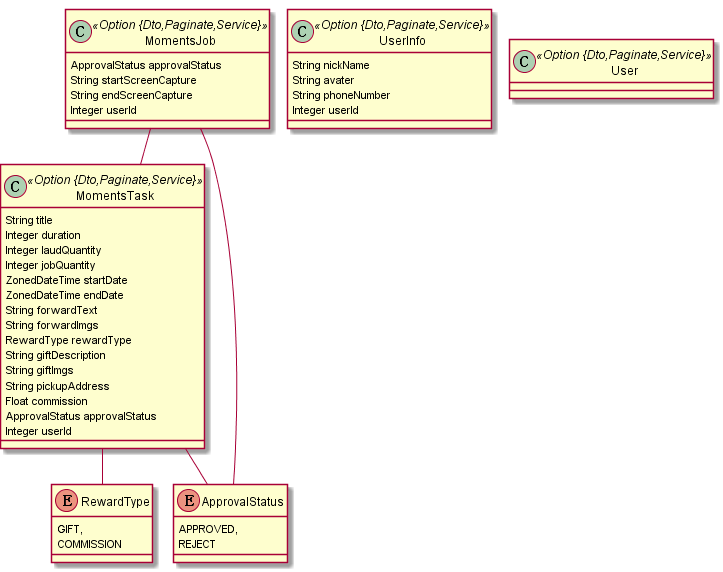
Above: models/v2.png in lsfoo/share-task (PlantUML), before the change. Source of this version:
```plantuml
@startuml
	!pragma graphviz_dot jdot
	!pragma syntax class
	class MomentsTask <<Option {Dto,Paginate,Service}>> {
		String title
		Integer duration
		Integer laudQuantity
		Integer jobQuantity
		ZonedDateTime startDate
		ZonedDateTime endDate
		String forwardText
		String forwardImgs
		RewardType rewardType
		String giftDescription
		String giftImgs
		String pickupAddress
		Float commission
		ApprovalStatus approvalStatus
		Integer userId
	}
	MomentsTask ..> RewardType
	MomentsTask ..> ApprovalStatus
	enum RewardType {
		GIFT,
		COMMISSION
	}
	enum ApprovalStatus {
		APPROVED,
		REJECT
	}
	class MomentsJob <<Option {Dto,Paginate,Service}>> {
		ApprovalStatus approvalStatus
		String startScreenCapture
		String endScreenCapture
		Integer userId
	}
	MomentsJob ..> ApprovalStatus
	class UserInfo <<Option {Dto,Paginate,Service}>> {
		String nickName
		String avater
		String phoneNumber
		Integer userId
	}
	MomentsJob  "task(title) 0..* " o-- "0..1 "  MomentsTask
	class User <<Option {Dto,Paginate,Service}>> {
	}
@enduml
```
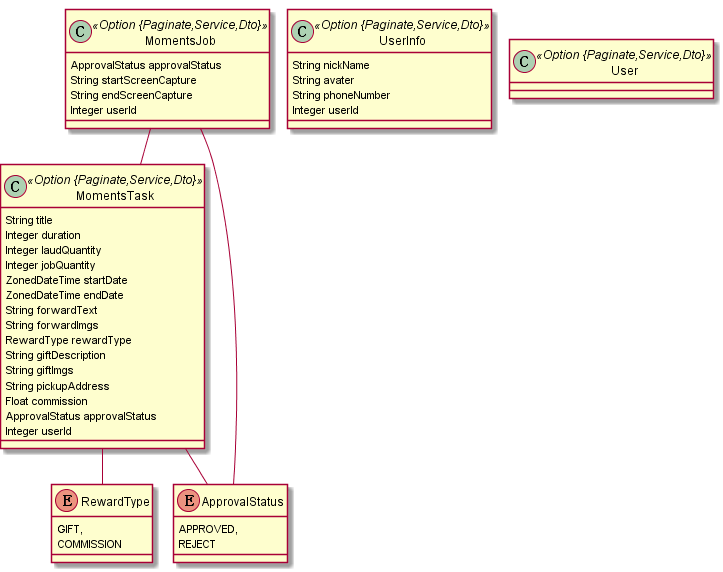
Later version of the same file.

The edit, as a diff of the source:
```diff
@@ -1,7 +1,7 @@
 @startuml
 	!pragma graphviz_dot jdot
 	!pragma syntax class
-	class MomentsTask <<Option {Dto,Paginate,Service}>> {
+	class MomentsTask <<Option {Paginate,Service,Dto}>> {
 		String title
 		Integer duration
 		Integer laudQuantity
@@ -28,20 +28,20 @@
 		APPROVED,
 		REJECT
 	}
-	class MomentsJob <<Option {Dto,Paginate,Service}>> {
+	class MomentsJob <<Option {Paginate,Service,Dto}>> {
 		ApprovalStatus approvalStatus
 		String startScreenCapture
 		String endScreenCapture
 		Integer userId
 	}
 	MomentsJob ..> ApprovalStatus
-	class UserInfo <<Option {Dto,Paginate,Service}>> {
+	class UserInfo <<Option {Paginate,Service,Dto}>> {
 		String nickName
 		String avater
 		String phoneNumber
 		Integer userId
 	}
 	MomentsJob  "task(title) 0..* " o-- "0..1 "  MomentsTask
-	class User <<Option {Dto,Paginate,Service}>> {
+	class User <<Option {Paginate,Service,Dto}>> {
 	}
 @enduml
```
